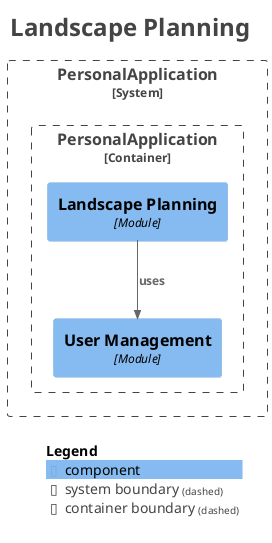
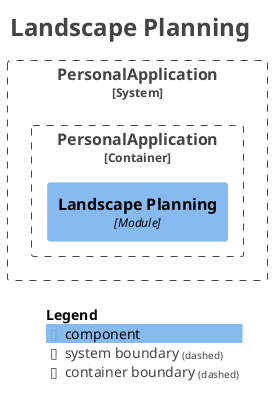
@startuml
title <size:24>Landscape Planning</size>

set separator none
top to bottom direction

<style>
  root {
    BackgroundColor: #ffffff
    FontColor: #444444
  }
</style>

!include <C4/C4>
!include <C4/C4_Context>
!include <C4/C4_Component>

System_Boundary("PersonalApplication_boundary", "PersonalApplication", $tags="") {
  Container_Boundary("PersonalApplication.PersonalApplication_boundary", "PersonalApplication", $tags="") {
    Component(PersonalApplication.PersonalApplication.LandscapePlanning, "Landscape Planning", $techn="Module", $descr="", $tags="", $link="")
-     Component(PersonalApplication.PersonalApplication.UserManagement, "User Management", $techn="Module", $descr="", $tags="", $link="")
  }

}

- Rel(PersonalApplication.PersonalApplication.LandscapePlanning, PersonalApplication.PersonalApplication.UserManagement, "uses", $techn="", $tags="", $link="")
- 
SHOW_LEGEND(true)
hide stereotypes
@enduml